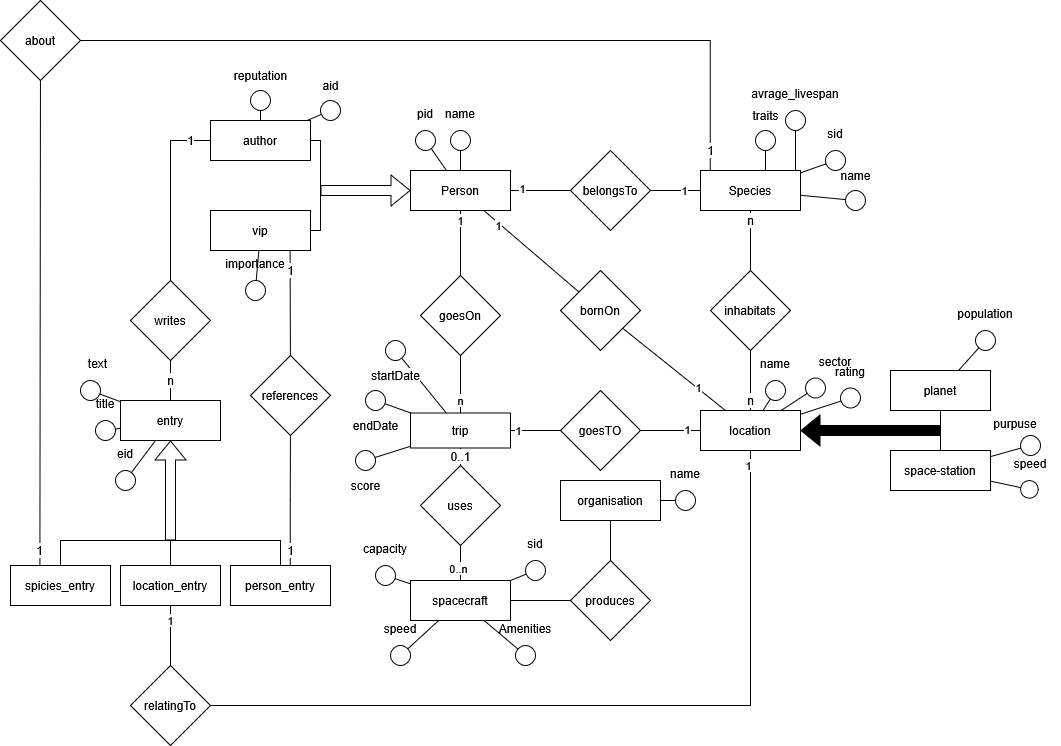
The draw.io diagram hhgttg-diagramm.drawio.png in MassimiIiano/hhgttg-db, before a commit. Source tidied: cells renumbered, new cells last; positions are measured from the earlier drawing's top-left corner, leaving out a move shared by most shapes.
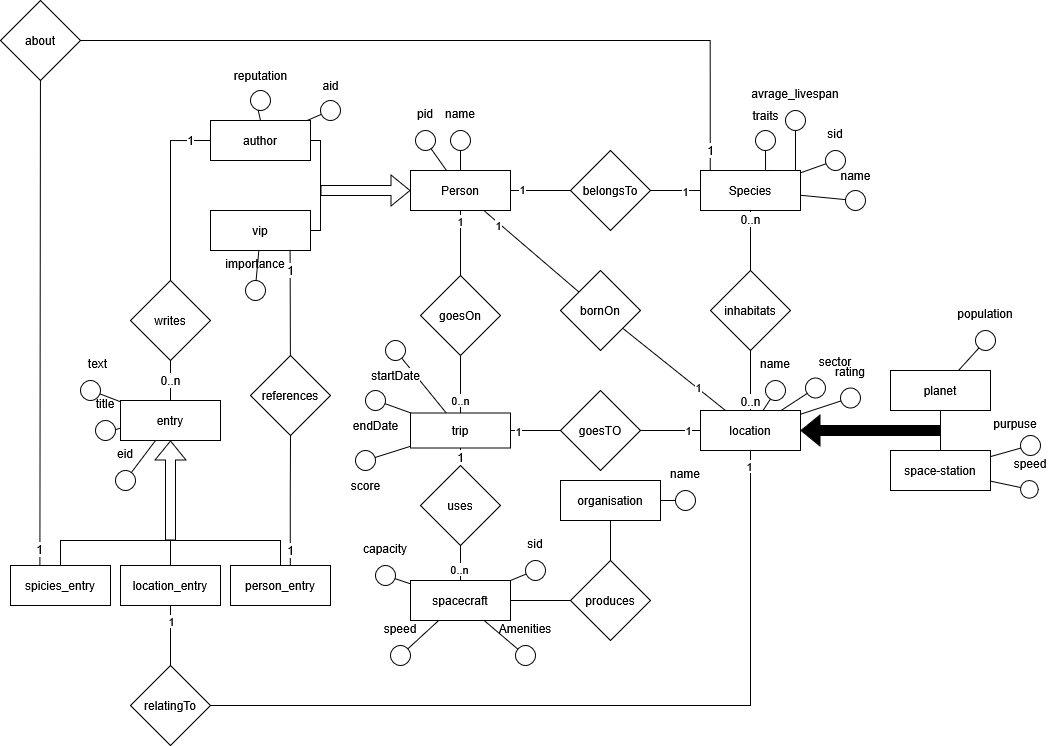
After the commit.

Change to the diagram source:
```diff
@@ -25,7 +25,7 @@
     <mxCell id="8" value="Person" style="whiteSpace=wrap;html=1;align=center;rounded=0;strokeColor=default;verticalAlign=middle;fontFamily=Helvetica;fontSize=12;fontColor=default;fillColor=default;" parent="1" vertex="1">
       <mxGeometry x="410" y="170" width="100" height="40" as="geometry" />
     </mxCell>
-    <mxCell id="9" value="n" style="edgeStyle=orthogonalEdgeStyle;rounded=0;jettySize=auto;html=1;fontFamily=Helvetica;fontSize=12;fontColor=default;endArrow=none;endFill=0;" parent="1" edge="1" source="10" target="16">
+    <mxCell id="9" value="0..n" style="edgeStyle=orthogonalEdgeStyle;rounded=0;jettySize=auto;html=1;fontFamily=Helvetica;fontSize=12;fontColor=default;endArrow=none;endFill=0;" parent="1" edge="1" source="10" target="16">
       <mxGeometry x="-0.67" relative="1" as="geometry" />
     </mxCell>
     <mxCell id="10" value="Species" style="whiteSpace=wrap;html=1;align=center;rounded=0;strokeColor=default;verticalAlign=middle;fontFamily=Helvetica;fontSize=12;fontColor=default;fillColor=default;" parent="1" vertex="1">
@@ -43,7 +43,7 @@
     <mxCell id="14" value="location" style="whiteSpace=wrap;html=1;align=center;rounded=0;strokeColor=default;verticalAlign=middle;fontFamily=Helvetica;fontSize=12;fontColor=default;fillColor=default;" parent="1" vertex="1">
       <mxGeometry x="700" y="410" width="100" height="40" as="geometry" />
     </mxCell>
-    <mxCell id="15" value="n" style="edgeStyle=orthogonalEdgeStyle;rounded=0;jettySize=auto;html=1;fontFamily=Helvetica;fontSize=12;fontColor=default;endArrow=none;endFill=0;" parent="1" edge="1" source="16" target="14">
+    <mxCell id="15" value="0..n" style="edgeStyle=orthogonalEdgeStyle;rounded=0;jettySize=auto;html=1;fontFamily=Helvetica;fontSize=12;fontColor=default;endArrow=none;endFill=0;" parent="1" edge="1" source="16" target="14">
       <mxGeometry x="0.67" relative="1" as="geometry" />
     </mxCell>
     <mxCell id="16" value="inhabitats" style="rhombus;whiteSpace=wrap;html=1;rounded=0;" parent="1" vertex="1">
@@ -168,7 +168,7 @@
     <mxCell id="51" value="produces" style="rhombus;whiteSpace=wrap;html=1;rounded=0;" parent="1" vertex="1">
       <mxGeometry x="570" y="560" width="80" height="80" as="geometry" />
     </mxCell>
-    <mxCell id="52" value="0..1" style="edgeStyle=none;rounded=0;jettySize=auto;html=1;strokeColor=default;align=center;verticalAlign=middle;fontFamily=Helvetica;fontSize=12;fontColor=default;labelBackgroundColor=default;endArrow=none;endFill=0;" parent="1" edge="1" source="145" target="137">
+    <mxCell id="52" value="1" style="edgeStyle=none;rounded=0;jettySize=auto;html=1;strokeColor=default;align=center;verticalAlign=middle;fontFamily=Helvetica;fontSize=12;fontColor=default;labelBackgroundColor=default;endArrow=none;endFill=0;" parent="1" edge="1" source="145" target="137">
       <mxGeometry relative="1" as="geometry" />
     </mxCell>
     <mxCell id="53" value="spacecraft" style="whiteSpace=wrap;html=1;align=center;rounded=0;strokeColor=default;verticalAlign=middle;fontFamily=Helvetica;fontSize=12;fontColor=default;fillColor=default;" parent="1" vertex="1">
@@ -201,7 +201,7 @@
     <mxCell id="62" style="edgeStyle=none;rounded=0;jettySize=auto;html=1;strokeColor=default;align=center;verticalAlign=middle;fontFamily=Helvetica;fontSize=12;fontColor=default;labelBackgroundColor=default;endArrow=none;endFill=0;" parent="1" edge="1" source="61" target="8">
       <mxGeometry relative="1" as="geometry" />
     </mxCell>
-    <mxCell id="63" value="n" style="edgeStyle=none;rounded=0;jettySize=auto;html=1;strokeColor=default;align=center;verticalAlign=middle;fontFamily=Helvetica;fontSize=12;fontColor=default;labelBackgroundColor=default;endArrow=none;endFill=0;" parent="1" edge="1" source="64" target="66">
+    <mxCell id="63" value="0..n" style="edgeStyle=none;rounded=0;jettySize=auto;html=1;strokeColor=default;align=center;verticalAlign=middle;fontFamily=Helvetica;fontSize=12;fontColor=default;labelBackgroundColor=default;endArrow=none;endFill=0;" parent="1" edge="1" source="64" target="66">
       <mxGeometry relative="1" as="geometry" />
     </mxCell>
     <mxCell id="64" value="writes" style="rhombus;whiteSpace=wrap;html=1;rounded=0;" parent="1" vertex="1">
@@ -437,7 +437,7 @@
     <mxCell id="137" value="trip" style="rounded=0;whiteSpace=wrap;html=1;" parent="1" vertex="1">
       <mxGeometry x="410" y="412.5" width="100" height="35" as="geometry" />
     </mxCell>
-    <mxCell id="138" value="n" style="edgeStyle=orthogonalEdgeStyle;rounded=0;jettySize=auto;html=1;entryX=0.5;entryY=0;entryDx=0;entryDy=0;endArrow=none;endFill=1;startFill=0;" parent="1" edge="1" source="139" target="137">
+    <mxCell id="138" value="0..n" style="edgeStyle=orthogonalEdgeStyle;rounded=0;jettySize=auto;html=1;entryX=0.5;entryY=0;entryDx=0;entryDy=0;endArrow=none;endFill=1;startFill=0;" parent="1" edge="1" source="139" target="137">
       <mxGeometry x="0.57" relative="1" as="geometry" />
     </mxCell>
     <mxCell id="139" value="goesOn" style="rhombus;whiteSpace=wrap;html=1;rounded=0;" parent="1" vertex="1">
```
